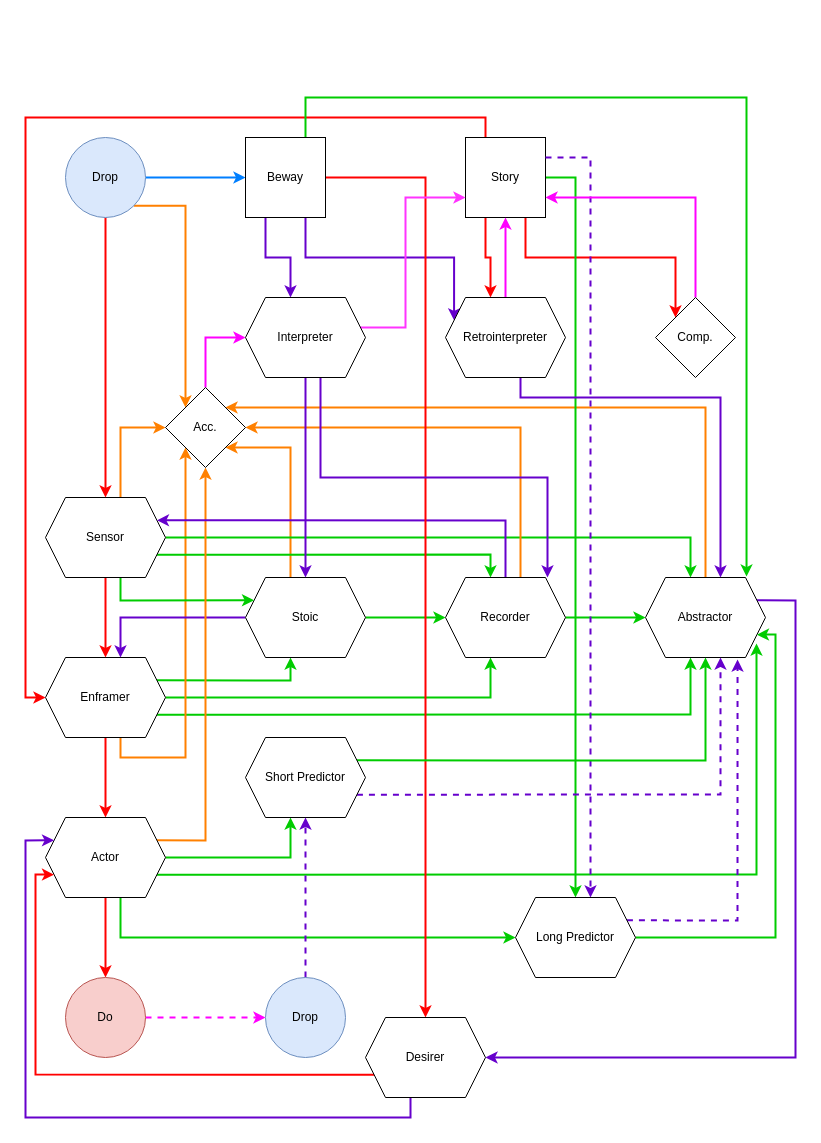
Earlier version of the draw.io diagram TodyAdorno.drawio (l-monninger/young-flock). Source tidied: cells renumbered, new cells numbered last; positions are measured from the earlier drawing's top-left corner, leaving out a move shared by most shapes. Both pictures are drawn from the tidied source at 100%, with x=0, y=0 at pixel (25, 97).
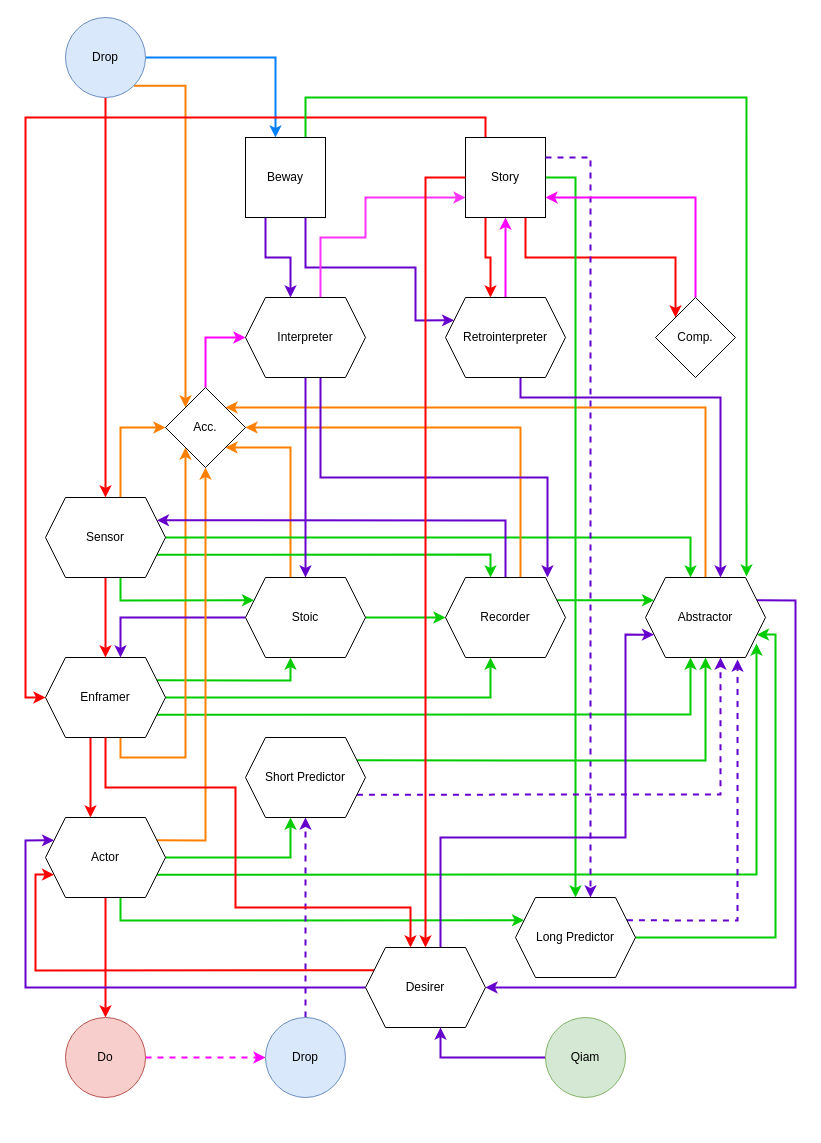
Above is the later version.

The change refers to these unchanged cells:
```xml
<mxCell id="7" value="Enframer" style="shape=hexagon;perimeter=hexagonPerimeter2;whiteSpace=wrap;html=1;fixedSize=1;" parent="1" vertex="1">
  <mxGeometry x="20" y="560" width="120" height="80" as="geometry" />
</mxCell>
<mxCell id="21" value="Abstractor" style="shape=hexagon;perimeter=hexagonPerimeter2;whiteSpace=wrap;html=1;fixedSize=1;" parent="1" vertex="1">
  <mxGeometry x="620" y="480" width="120" height="80" as="geometry" />
</mxCell>
<mxCell id="30" value="Story" style="whiteSpace=wrap;html=1;" parent="1" vertex="1">
  <mxGeometry x="440" y="40" width="80" height="80" as="geometry" />
</mxCell>
<mxCell id="36" value="Actor" style="shape=hexagon;perimeter=hexagonPerimeter2;whiteSpace=wrap;html=1;fixedSize=1;" parent="1" vertex="1">
  <mxGeometry x="20" y="720" width="120" height="80" as="geometry" />
</mxCell>
<mxCell id="42" value="Recorder" style="shape=hexagon;perimeter=hexagonPerimeter2;whiteSpace=wrap;html=1;fixedSize=1;" parent="1" vertex="1">
  <mxGeometry x="420" y="480" width="120" height="80" as="geometry" />
</mxCell>
<mxCell id="49" value="Beway" style="whiteSpace=wrap;html=1;" parent="1" vertex="1">
  <mxGeometry x="220" y="40" width="80" height="80" as="geometry" />
</mxCell>
<mxCell id="53" value="Interpreter" style="shape=hexagon;perimeter=hexagonPerimeter2;whiteSpace=wrap;html=1;fixedSize=1;" parent="1" vertex="1">
  <mxGeometry x="220" y="200" width="120" height="80" as="geometry" />
</mxCell>
<mxCell id="57" value="Retrointerpreter" style="shape=hexagon;perimeter=hexagonPerimeter2;whiteSpace=wrap;html=1;fixedSize=1;" parent="1" vertex="1">
  <mxGeometry x="420" y="200" width="120" height="80" as="geometry" />
</mxCell>
<mxCell id="67" value="Long Predictor" style="shape=hexagon;perimeter=hexagonPerimeter2;whiteSpace=wrap;html=1;fixedSize=1;" parent="1" vertex="1">
  <mxGeometry x="490" y="800" width="120" height="80" as="geometry" />
</mxCell>
```

What changed in the source:
```diff
@@
-    <mxCell id="2" style="edgeStyle=orthogonalEdgeStyle;rounded=0;jettySize=auto;html=1;exitX=0.5;exitY=1;exitDx=0;exitDy=0;entryX=0.5;entryY=0;entryDx=0;entryDy=0;shadow=0;strokeColor=#FF0000;strokeWidth=2;" parent="1" edge="1" source="7" target="36">
-      <mxGeometry relative="1" as="geometry" />
+    <mxCell id="2" style="edgeStyle=orthogonalEdgeStyle;rounded=0;jettySize=auto;html=1;exitX=0.375;exitY=1;exitDx=0;exitDy=0;entryX=0.375;entryY=0;entryDx=0;entryDy=0;shadow=0;strokeColor=#FF0000;strokeWidth=2;" parent="1" edge="1" source="7" target="36">
+      <mxGeometry relative="1" as="geometry">
+        <Array as="points">
+          <mxPoint x="65" y="680" />
+          <mxPoint x="65" y="680" />
+        </Array>
+      </mxGeometry>
     </mxCell>
@@
     <mxCell id="20" style="edgeStyle=orthogonalEdgeStyle;rounded=0;jettySize=auto;html=1;exitX=1;exitY=0.25;exitDx=0;exitDy=0;entryX=1;entryY=0.5;entryDx=0;entryDy=0;shadow=0;strokeColor=#6600CC;strokeWidth=2;" parent="1" edge="1" source="21" target="70">
       <mxGeometry relative="1" as="geometry">
         <Array as="points">
           <mxPoint x="770" y="503" />
-          <mxPoint x="770" y="960" />
+          <mxPoint x="770" y="890" />
         </Array>
       </mxGeometry>
     </mxCell>
@@
-    <mxCell id="24" style="edgeStyle=orthogonalEdgeStyle;rounded=0;jettySize=auto;html=1;exitX=1;exitY=0.5;exitDx=0;exitDy=0;entryX=0;entryY=0.5;entryDx=0;entryDy=0;shadow=0;strokeColor=#007FFF;strokeWidth=2;" parent="1" edge="1" source="25" target="49">
+    <mxCell id="24" style="edgeStyle=orthogonalEdgeStyle;rounded=0;jettySize=auto;html=1;exitX=1;exitY=0.5;exitDx=0;exitDy=0;entryX=0.375;entryY=0;entryDx=0;entryDy=0;shadow=0;strokeColor=#007FFF;strokeWidth=2;entryPerimeter=0;" parent="1" edge="1" source="25" target="49">
       <mxGeometry relative="1" as="geometry" />
     </mxCell>
     <mxCell id="25" value="Drop" style="ellipse;whiteSpace=wrap;html=1;fillColor=#dae8fc;strokeColor=#6c8ebf;" parent="1" vertex="1">
-      <mxGeometry x="40" y="40" width="80" height="80" as="geometry" />
+      <mxGeometry x="40" y="-80" width="80" height="80" as="geometry" />
     </mxCell>
@@
-    <mxCell id="35" style="edgeStyle=orthogonalEdgeStyle;rounded=0;jettySize=auto;html=1;exitX=0.625;exitY=1;exitDx=0;exitDy=0;entryX=0;entryY=0.5;entryDx=0;entryDy=0;shadow=0;strokeColor=#00CC00;strokeWidth=2;" parent="1" edge="1" source="36" target="67">
+    <mxCell id="35" style="edgeStyle=orthogonalEdgeStyle;rounded=0;jettySize=auto;html=1;exitX=0.625;exitY=1;exitDx=0;exitDy=0;entryX=0;entryY=0.25;entryDx=0;entryDy=0;shadow=0;strokeColor=#00CC00;strokeWidth=2;" parent="1" edge="1" source="36" target="67">
       <mxGeometry relative="1" as="geometry" />
     </mxCell>
@@
     <mxCell id="38" value="Do" style="ellipse;whiteSpace=wrap;html=1;fillColor=#f8cecc;strokeColor=#b85450;" parent="1" vertex="1">
-      <mxGeometry x="40" y="880" width="80" height="80" as="geometry" />
+      <mxGeometry x="40" y="920" width="80" height="80" as="geometry" />
     </mxCell>
-    <mxCell id="39" style="edgeStyle=orthogonalEdgeStyle;rounded=0;jettySize=auto;html=1;exitX=1;exitY=0.5;exitDx=0;exitDy=0;shadow=0;strokeColor=#00CC00;strokeWidth=2;" parent="1" edge="1" source="42" target="21">
+    <mxCell id="39" style="edgeStyle=orthogonalEdgeStyle;rounded=0;jettySize=auto;html=1;exitX=1;exitY=0.25;exitDx=0;exitDy=0;shadow=0;strokeColor=#00CC00;strokeWidth=2;entryX=0;entryY=0.25;entryDx=0;entryDy=0;" parent="1" edge="1" source="42" target="21">
       <mxGeometry relative="1" as="geometry" />
     </mxCell>
@@
     <mxCell id="45" style="edgeStyle=orthogonalEdgeStyle;rounded=0;jettySize=auto;html=1;exitX=0.75;exitY=1;exitDx=0;exitDy=0;entryX=0;entryY=0.25;entryDx=0;entryDy=0;shadow=0;strokeColor=#6600CC;strokeWidth=2;" parent="1" edge="1" source="49" target="57">
-      <mxGeometry relative="1" as="geometry" />
+      <mxGeometry relative="1" as="geometry">
+        <Array as="points">
+          <mxPoint x="280" y="170" />
+          <mxPoint x="390" y="170" />
+          <mxPoint x="390" y="223" />
+        </Array>
+      </mxGeometry>
     </mxCell>
@@
-    <mxCell id="47" style="edgeStyle=orthogonalEdgeStyle;rounded=0;jettySize=auto;html=1;exitX=1;exitY=0.5;exitDx=0;exitDy=0;shadow=0;strokeColor=#FF0000;strokeWidth=2;entryX=0.5;entryY=0;entryDx=0;entryDy=0;" parent="1" edge="1" source="49" target="70">
-      <mxGeometry relative="1" as="geometry" />
-    </mxCell>
@@
     <mxCell id="50" style="edgeStyle=orthogonalEdgeStyle;rounded=0;jettySize=auto;html=1;exitX=0.625;exitY=0;exitDx=0;exitDy=0;entryX=0;entryY=0.75;entryDx=0;entryDy=0;shadow=0;strokeColor=#FF33FF;strokeWidth=2;" parent="1" edge="1" source="53" target="30">
       <mxGeometry relative="1" as="geometry">
         <Array as="points">
-          <mxPoint x="295" y="230" />
-          <mxPoint x="380" y="230" />
-          <mxPoint x="380" y="100" />
+          <mxPoint x="295" y="140" />
+          <mxPoint x="340" y="140" />
+          <mxPoint x="340" y="100" />
         </Array>
       </mxGeometry>
     </mxCell>
@@
     <mxCell id="64" value="Drop" style="ellipse;whiteSpace=wrap;html=1;fillColor=#dae8fc;strokeColor=#6c8ebf;" parent="1" vertex="1">
-      <mxGeometry x="240" y="880" width="80" height="80" as="geometry" />
+      <mxGeometry x="240" y="920" width="80" height="80" as="geometry" />
     </mxCell>
@@
-    <mxCell id="68" style="edgeStyle=orthogonalEdgeStyle;rounded=0;jettySize=auto;html=1;exitX=0.375;exitY=1;exitDx=0;exitDy=0;shadow=0;strokeColor=#6600CC;strokeWidth=2;entryX=0;entryY=0.25;entryDx=0;entryDy=0;" parent="1" edge="1" source="70" target="36">
+    <mxCell id="68" style="edgeStyle=orthogonalEdgeStyle;rounded=0;jettySize=auto;html=1;exitX=0;exitY=0.5;exitDx=0;exitDy=0;shadow=0;strokeColor=#6600CC;strokeWidth=2;entryX=0;entryY=0.25;entryDx=0;entryDy=0;" parent="1" edge="1" source="70" target="36">
       <mxGeometry relative="1" as="geometry">
         <Array as="points">
-          <mxPoint x="385" y="1020" />
-          <mxPoint y="1020" />
+          <mxPoint y="890" />
           <mxPoint y="743" />
         </Array>
       </mxGeometry>
     </mxCell>
-    <mxCell id="69" style="edgeStyle=orthogonalEdgeStyle;rounded=0;jettySize=auto;html=1;exitX=0;exitY=0.75;exitDx=0;exitDy=0;shadow=0;strokeColor=#FF0000;strokeWidth=2;entryX=0;entryY=0.75;entryDx=0;entryDy=0;" parent="1" edge="1" source="70" target="36">
+    <mxCell id="69" style="edgeStyle=orthogonalEdgeStyle;rounded=0;jettySize=auto;html=1;exitX=0;exitY=0.25;exitDx=0;exitDy=0;shadow=0;strokeColor=#FF0000;strokeWidth=2;entryX=0;entryY=0.75;entryDx=0;entryDy=0;" parent="1" edge="1" source="70" target="36">
       <mxGeometry relative="1" as="geometry">
         <Array as="points">
-          <mxPoint x="10" y="977" />
+          <mxPoint x="10" y="873" />
           <mxPoint x="10" y="777" />
         </Array>
       </mxGeometry>
     </mxCell>
+    <mxCell id="71" style="edgeStyle=orthogonalEdgeStyle;rounded=0;jettySize=auto;html=1;exitX=0.625;exitY=0;exitDx=0;exitDy=0;entryX=0;entryY=0.75;entryDx=0;entryDy=0;shadow=0;strokeColor=#6600CC;strokeWidth=2;" parent="1" edge="1" source="70" target="21">
+      <mxGeometry relative="1" as="geometry">
+        <Array as="points">
+          <mxPoint x="415" y="740" />
+          <mxPoint x="600" y="740" />
+          <mxPoint x="600" y="537" />
+        </Array>
+      </mxGeometry>
+    </mxCell>
     <mxCell id="70" value="Desirer" style="shape=hexagon;perimeter=hexagonPerimeter2;whiteSpace=wrap;html=1;fixedSize=1;" parent="1" vertex="1">
-      <mxGeometry x="340" y="920" width="120" height="80" as="geometry" />
+      <mxGeometry x="340" y="850" width="120" height="80" as="geometry" />
     </mxCell>
+    <mxCell id="72" style="edgeStyle=orthogonalEdgeStyle;rounded=0;jettySize=auto;html=1;exitX=0;exitY=0.5;exitDx=0;exitDy=0;entryX=0.625;entryY=1;entryDx=0;entryDy=0;shadow=0;strokeColor=#6600CC;strokeWidth=2;" parent="1" edge="1" source="73" target="70">
+      <mxGeometry relative="1" as="geometry" />
+    </mxCell>
+    <mxCell id="73" value="Qiam" style="ellipse;whiteSpace=wrap;html=1;fillColor=#d5e8d4;strokeColor=#82b366;" parent="1" vertex="1">
+      <mxGeometry x="520" y="920" width="80" height="80" as="geometry" />
+    </mxCell>
+    <mxCell id="74" style="edgeStyle=orthogonalEdgeStyle;rounded=0;jettySize=auto;html=1;exitX=0;exitY=0.5;exitDx=0;exitDy=0;shadow=0;strokeColor=#FF0000;strokeWidth=2;" parent="1" edge="1" source="30" target="70">
+      <mxGeometry relative="1" as="geometry" />
+    </mxCell>
+    <mxCell id="75" style="edgeStyle=orthogonalEdgeStyle;rounded=0;jettySize=auto;html=1;exitX=0.5;exitY=1;exitDx=0;exitDy=0;entryX=0.375;entryY=0;entryDx=0;entryDy=0;shadow=0;strokeColor=#FF0000;strokeWidth=2;" parent="1" edge="1" source="7" target="70">
+      <mxGeometry relative="1" as="geometry">
+        <Array as="points">
+          <mxPoint x="80" y="690" />
+          <mxPoint x="210" y="690" />
+          <mxPoint x="210" y="810" />
+          <mxPoint x="385" y="810" />
+        </Array>
+      </mxGeometry>
+    </mxCell>
```
